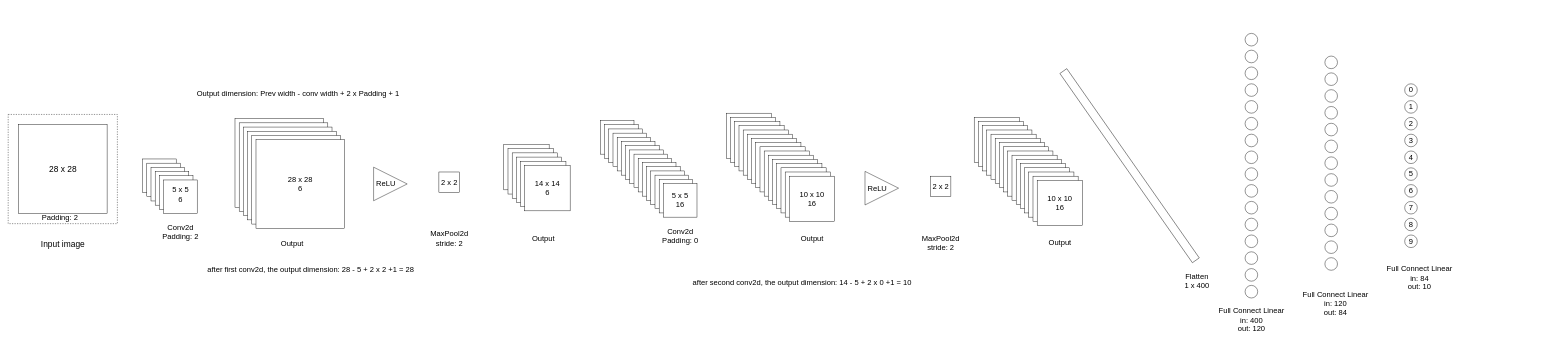
This is codes/opencv_practice/cnn.drawio from sphynxlee/NSCCAI, a draw.io file, before an edit. Source tidied: cells renumbered, new cells numbered last; positions are measured from the earlier drawing's top-left corner, leaving out a move shared by most shapes. Both pictures are drawn from the tidied source at 42%, with x=0, y=0 at pixel (8, 33). Pictures stored in the file or linked from it are replaced by grey dashed boxes.
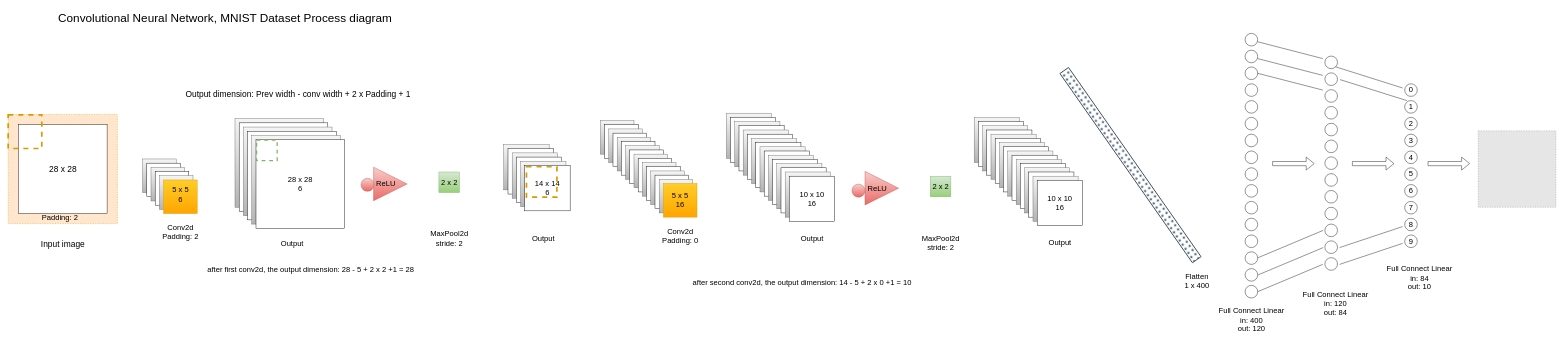
The same diagram, later.

The change refers to these unchanged cells:
```xml
<mxCell id="121" style="ellipse;whiteSpace=wrap;html=1;" parent="1" vertex="1">
  <mxGeometry x="3135" y="54" width="30" height="30" as="geometry" />
</mxCell>
```

Change to the diagram source:
```diff
@@
-    <mxCell id="3" style="whiteSpace=wrap;html=1;" parent="1" vertex="1">
+    <mxCell id="3" style="whiteSpace=wrap;html=1;fillColor=#f5f5f5;gradientColor=#b3b3b3;strokeColor=#666666;" parent="1" vertex="1">
       <mxGeometry x="320" y="299" width="80" height="80" as="geometry" />
     </mxCell>
@@
-    <mxCell id="5" style="whiteSpace=wrap;html=1;" parent="1" vertex="1">
+    <mxCell id="5" style="whiteSpace=wrap;html=1;fillColor=#f5f5f5;gradientColor=#b3b3b3;strokeColor=#666666;" parent="1" vertex="1">
       <mxGeometry x="340" y="319" width="80" height="80" as="geometry" />
     </mxCell>
@@
-    <mxCell id="7" style="whiteSpace=wrap;html=1;" parent="1" vertex="1">
+    <mxCell id="7" style="whiteSpace=wrap;html=1;fillColor=#f5f5f5;gradientColor=#b3b3b3;strokeColor=#666666;" parent="1" vertex="1">
       <mxGeometry x="360" y="339" width="80" height="80" as="geometry" />
     </mxCell>
-    <mxCell id="8" style="whiteSpace=wrap;html=1;" parent="1" vertex="1">
+    <mxCell id="8" style="whiteSpace=wrap;html=1;fillColor=#ffcd28;gradientColor=#ffa500;strokeColor=#d79b00;" parent="1" vertex="1">
       <mxGeometry x="370" y="349" width="80" height="80" as="geometry" />
     </mxCell>
-    <mxCell id="9" style="whiteSpace=wrap;html=1;dashed=1;" parent="1" vertex="1">
+    <mxCell id="9" style="whiteSpace=wrap;html=1;dashed=1;fillColor=#ffe6cc;strokeColor=#d79b00;" parent="1" vertex="1">
       <mxGeometry y="193" width="260" height="260" as="geometry" />
     </mxCell>
@@
-    <mxCell id="14" style="whiteSpace=wrap;html=1;" parent="1" vertex="1">
+    <mxCell id="14" style="whiteSpace=wrap;html=1;fillColor=#f5f5f5;gradientColor=#b3b3b3;strokeColor=#666666;" parent="1" vertex="1">
       <mxGeometry x="540" y="203" width="211" height="211" as="geometry" />
     </mxCell>
@@
-    <mxCell id="16" style="whiteSpace=wrap;html=1;" parent="1" vertex="1">
+    <mxCell id="16" style="whiteSpace=wrap;html=1;fillColor=#f5f5f5;gradientColor=#b3b3b3;strokeColor=#666666;" parent="1" vertex="1">
       <mxGeometry x="560" y="223" width="211" height="211" as="geometry" />
     </mxCell>
@@
-    <mxCell id="18" style="whiteSpace=wrap;html=1;" parent="1" vertex="1">
+    <mxCell id="18" style="whiteSpace=wrap;html=1;fillColor=#f5f5f5;gradientColor=#b3b3b3;strokeColor=#666666;" parent="1" vertex="1">
       <mxGeometry x="580" y="243" width="211" height="211" as="geometry" />
     </mxCell>
@@
-    <mxCell id="21" style="triangle;whiteSpace=wrap;html=1;" parent="1" vertex="1">
+    <mxCell id="21" style="triangle;whiteSpace=wrap;html=1;fillColor=#f8cecc;gradientColor=#ea6b66;strokeColor=#b85450;" parent="1" vertex="1">
       <mxGeometry x="870" y="318.5" width="80" height="80" as="geometry" />
     </mxCell>
@@
-    <mxCell id="23" value="&lt;font style=&quot;font-size: 18px;&quot;&gt;2 x 2&lt;/font&gt;" style="whiteSpace=wrap;html=1;" parent="1" vertex="1">
+    <mxCell id="23" value="&lt;font style=&quot;font-size: 18px;&quot;&gt;2 x 2&lt;/font&gt;" style="whiteSpace=wrap;html=1;fillColor=#d5e8d4;gradientColor=#97d077;strokeColor=#82b366;" parent="1" vertex="1">
       <mxGeometry x="1025.5" y="330" width="49" height="49" as="geometry" />
     </mxCell>
@@
-    <mxCell id="25" style="whiteSpace=wrap;html=1;" parent="1" vertex="1">
+    <mxCell id="25" style="whiteSpace=wrap;html=1;fillColor=#f5f5f5;gradientColor=#b3b3b3;strokeColor=#666666;" parent="1" vertex="1">
       <mxGeometry x="1180" y="264.5" width="108" height="108" as="geometry" />
     </mxCell>
@@
-    <mxCell id="27" style="whiteSpace=wrap;html=1;" parent="1" vertex="1">
+    <mxCell id="27" style="whiteSpace=wrap;html=1;fillColor=#f5f5f5;gradientColor=#b3b3b3;strokeColor=#666666;" parent="1" vertex="1">
       <mxGeometry x="1200" y="284.5" width="108" height="108" as="geometry" />
     </mxCell>
@@
-    <mxCell id="29" style="whiteSpace=wrap;html=1;" parent="1" vertex="1">
+    <mxCell id="29" style="whiteSpace=wrap;html=1;fillColor=#f5f5f5;gradientColor=#b3b3b3;strokeColor=#666666;" parent="1" vertex="1">
       <mxGeometry x="1220" y="304.5" width="108" height="108" as="geometry" />
     </mxCell>
@@
-    <mxCell id="32" style="whiteSpace=wrap;html=1;" parent="1" vertex="1">
+    <mxCell id="32" style="whiteSpace=wrap;html=1;fillColor=#f5f5f5;gradientColor=#b3b3b3;strokeColor=#666666;" parent="1" vertex="1">
       <mxGeometry x="1410" y="207.5" width="80" height="80" as="geometry" />
     </mxCell>
@@
-    <mxCell id="34" style="whiteSpace=wrap;html=1;" parent="1" vertex="1">
+    <mxCell id="34" style="whiteSpace=wrap;html=1;fillColor=#f5f5f5;gradientColor=#b3b3b3;strokeColor=#666666;" parent="1" vertex="1">
       <mxGeometry x="1430" y="227.5" width="80" height="80" as="geometry" />
     </mxCell>
@@
-    <mxCell id="36" style="whiteSpace=wrap;html=1;" parent="1" vertex="1">
+    <mxCell id="36" style="whiteSpace=wrap;html=1;fillColor=#f5f5f5;gradientColor=#b3b3b3;strokeColor=#666666;" parent="1" vertex="1">
       <mxGeometry x="1450" y="247.5" width="80" height="80" as="geometry" />
     </mxCell>
@@
-    <mxCell id="38" style="whiteSpace=wrap;html=1;" parent="1" vertex="1">
+    <mxCell id="38" style="whiteSpace=wrap;html=1;fillColor=#f5f5f5;gradientColor=#b3b3b3;strokeColor=#666666;" parent="1" vertex="1">
       <mxGeometry x="1470" y="267.5" width="80" height="80" as="geometry" />
     </mxCell>
@@
-    <mxCell id="40" style="whiteSpace=wrap;html=1;" parent="1" vertex="1">
+    <mxCell id="40" style="whiteSpace=wrap;html=1;fillColor=#f5f5f5;gradientColor=#b3b3b3;strokeColor=#666666;" parent="1" vertex="1">
       <mxGeometry x="1490" y="287.5" width="80" height="80" as="geometry" />
     </mxCell>
@@
-    <mxCell id="42" style="whiteSpace=wrap;html=1;" parent="1" vertex="1">
+    <mxCell id="42" style="whiteSpace=wrap;html=1;fillColor=#f5f5f5;gradientColor=#b3b3b3;strokeColor=#666666;" parent="1" vertex="1">
       <mxGeometry x="1510" y="307.5" width="80" height="80" as="geometry" />
     </mxCell>
@@
-    <mxCell id="44" style="whiteSpace=wrap;html=1;" parent="1" vertex="1">
+    <mxCell id="44" style="whiteSpace=wrap;html=1;fillColor=#f5f5f5;gradientColor=#b3b3b3;strokeColor=#666666;" parent="1" vertex="1">
       <mxGeometry x="1530" y="327.5" width="80" height="80" as="geometry" />
     </mxCell>
@@
-    <mxCell id="46" style="whiteSpace=wrap;html=1;" parent="1" vertex="1">
+    <mxCell id="46" style="whiteSpace=wrap;html=1;fillColor=#f5f5f5;gradientColor=#b3b3b3;strokeColor=#666666;" parent="1" vertex="1">
       <mxGeometry x="1550" y="347.5" width="80" height="80" as="geometry" />
     </mxCell>
-    <mxCell id="47" value="&lt;font style=&quot;font-size: 18px;&quot;&gt;5 x 5&lt;br&gt;16&lt;/font&gt;" style="whiteSpace=wrap;html=1;" parent="1" vertex="1">
+    <mxCell id="47" value="&lt;font style=&quot;font-size: 18px;&quot;&gt;5 x 5&lt;br&gt;16&lt;/font&gt;" style="whiteSpace=wrap;html=1;fillColor=#ffcd28;gradientColor=#ffa500;strokeColor=#d79b00;" parent="1" vertex="1">
       <mxGeometry x="1560" y="357.5" width="80" height="80" as="geometry" />
     </mxCell>
@@
-    <mxCell id="49" style="whiteSpace=wrap;html=1;" parent="1" vertex="1">
+    <mxCell id="49" style="whiteSpace=wrap;html=1;fillColor=#f5f5f5;gradientColor=#b3b3b3;strokeColor=#666666;" parent="1" vertex="1">
       <mxGeometry x="1710" y="190" width="107.5" height="107.5" as="geometry" />
     </mxCell>
@@
-    <mxCell id="51" style="whiteSpace=wrap;html=1;" parent="1" vertex="1">
+    <mxCell id="51" style="whiteSpace=wrap;html=1;fillColor=#f5f5f5;gradientColor=#b3b3b3;strokeColor=#666666;" parent="1" vertex="1">
       <mxGeometry x="1730" y="210" width="107.5" height="107.5" as="geometry" />
     </mxCell>
@@
-    <mxCell id="53" style="whiteSpace=wrap;html=1;" parent="1" vertex="1">
+    <mxCell id="53" style="whiteSpace=wrap;html=1;fillColor=#f5f5f5;gradientColor=#b3b3b3;strokeColor=#666666;" parent="1" vertex="1">
       <mxGeometry x="1750" y="230" width="107.5" height="107.5" as="geometry" />
     </mxCell>
@@
-    <mxCell id="55" style="whiteSpace=wrap;html=1;" parent="1" vertex="1">
+    <mxCell id="55" style="whiteSpace=wrap;html=1;fillColor=#f5f5f5;gradientColor=#b3b3b3;strokeColor=#666666;" parent="1" vertex="1">
       <mxGeometry x="1770" y="250" width="107.5" height="107.5" as="geometry" />
     </mxCell>
@@
-    <mxCell id="57" style="whiteSpace=wrap;html=1;" parent="1" vertex="1">
+    <mxCell id="57" style="whiteSpace=wrap;html=1;fillColor=#f5f5f5;gradientColor=#b3b3b3;strokeColor=#666666;" parent="1" vertex="1">
       <mxGeometry x="1790" y="270" width="107.5" height="107.5" as="geometry" />
     </mxCell>
@@
-    <mxCell id="59" style="whiteSpace=wrap;html=1;" parent="1" vertex="1">
+    <mxCell id="59" style="whiteSpace=wrap;html=1;fillColor=#f5f5f5;gradientColor=#b3b3b3;strokeColor=#666666;" parent="1" vertex="1">
       <mxGeometry x="1810" y="290" width="107.5" height="107.5" as="geometry" />
     </mxCell>
@@
-    <mxCell id="61" style="whiteSpace=wrap;html=1;" parent="1" vertex="1">
+    <mxCell id="61" style="whiteSpace=wrap;html=1;fillColor=#f5f5f5;gradientColor=#b3b3b3;strokeColor=#666666;" parent="1" vertex="1">
       <mxGeometry x="1830" y="310" width="107.5" height="107.5" as="geometry" />
     </mxCell>
@@
-    <mxCell id="63" style="whiteSpace=wrap;html=1;" parent="1" vertex="1">
+    <mxCell id="63" style="whiteSpace=wrap;html=1;fillColor=#f5f5f5;gradientColor=#b3b3b3;strokeColor=#666666;" parent="1" vertex="1">
       <mxGeometry x="1850" y="330" width="107.5" height="107.5" as="geometry" />
     </mxCell>
@@
-    <mxCell id="66" value="&lt;font style=&quot;font-size: 18px;&quot;&gt;Output dimension: Prev width - conv width + 2 x Padding + 1&lt;/font&gt;" style="text;html=1;align=center;verticalAlign=middle;strokeColor=none;fillColor=none;" parent="1" vertex="1">
-      <mxGeometry x="435" y="123" width="510" height="40" as="geometry" />
+    <mxCell id="66" value="&lt;font style=&quot;font-size: 20px;&quot;&gt;Output dimension: Prev width - conv width + 2 x Padding + 1&lt;/font&gt;" style="text;html=1;align=center;verticalAlign=middle;strokeColor=none;fillColor=none;" parent="1" vertex="1">
+      <mxGeometry x="410" y="123" width="560" height="40" as="geometry" />
     </mxCell>
@@
-    <mxCell id="69" style="triangle;whiteSpace=wrap;html=1;" parent="1" vertex="1">
+    <mxCell id="69" style="triangle;whiteSpace=wrap;html=1;fillColor=#f8cecc;gradientColor=#ea6b66;strokeColor=#b85450;" parent="1" vertex="1">
       <mxGeometry x="2040" y="328.5" width="80" height="80" as="geometry" />
     </mxCell>
@@
-    <mxCell id="71" value="&lt;font style=&quot;font-size: 18px;&quot;&gt;2 x 2&lt;/font&gt;" style="whiteSpace=wrap;html=1;" parent="1" vertex="1">
+    <mxCell id="71" value="&lt;font style=&quot;font-size: 18px;&quot;&gt;2 x 2&lt;/font&gt;" style="whiteSpace=wrap;html=1;fillColor=#d5e8d4;gradientColor=#97d077;strokeColor=#82b366;" parent="1" vertex="1">
       <mxGeometry x="2195.5" y="340" width="49" height="49" as="geometry" />
     </mxCell>
@@
-    <mxCell id="73" style="whiteSpace=wrap;html=1;" parent="1" vertex="1">
+    <mxCell id="73" style="whiteSpace=wrap;html=1;fillColor=#f5f5f5;gradientColor=#b3b3b3;strokeColor=#666666;" parent="1" vertex="1">
       <mxGeometry x="2300" y="200" width="107.5" height="107.5" as="geometry" />
     </mxCell>
@@
-    <mxCell id="75" style="whiteSpace=wrap;html=1;" parent="1" vertex="1">
+    <mxCell id="75" style="whiteSpace=wrap;html=1;fillColor=#f5f5f5;gradientColor=#b3b3b3;strokeColor=#666666;" parent="1" vertex="1">
       <mxGeometry x="2320" y="220" width="107.5" height="107.5" as="geometry" />
     </mxCell>
@@
-    <mxCell id="77" style="whiteSpace=wrap;html=1;" parent="1" vertex="1">
+    <mxCell id="77" style="whiteSpace=wrap;html=1;fillColor=#f5f5f5;gradientColor=#b3b3b3;strokeColor=#666666;" parent="1" vertex="1">
       <mxGeometry x="2340" y="240" width="107.5" height="107.5" as="geometry" />
     </mxCell>
@@
-    <mxCell id="79" style="whiteSpace=wrap;html=1;" parent="1" vertex="1">
+    <mxCell id="79" style="whiteSpace=wrap;html=1;fillColor=#f5f5f5;gradientColor=#b3b3b3;strokeColor=#666666;" parent="1" vertex="1">
       <mxGeometry x="2360" y="260" width="107.5" height="107.5" as="geometry" />
     </mxCell>
@@
-    <mxCell id="81" style="whiteSpace=wrap;html=1;" parent="1" vertex="1">
+    <mxCell id="81" style="whiteSpace=wrap;html=1;fillColor=#f5f5f5;gradientColor=#b3b3b3;strokeColor=#666666;" parent="1" vertex="1">
       <mxGeometry x="2380" y="280" width="107.5" height="107.5" as="geometry" />
     </mxCell>
@@
-    <mxCell id="83" style="whiteSpace=wrap;html=1;" parent="1" vertex="1">
+    <mxCell id="83" style="whiteSpace=wrap;html=1;fillColor=#f5f5f5;gradientColor=#b3b3b3;strokeColor=#666666;" parent="1" vertex="1">
       <mxGeometry x="2400" y="300" width="107.5" height="107.5" as="geometry" />
     </mxCell>
@@
-    <mxCell id="85" style="whiteSpace=wrap;html=1;" parent="1" vertex="1">
+    <mxCell id="85" style="whiteSpace=wrap;html=1;fillColor=#f5f5f5;gradientColor=#b3b3b3;strokeColor=#666666;" parent="1" vertex="1">
       <mxGeometry x="2420" y="320" width="107.5" height="107.5" as="geometry" />
     </mxCell>
@@
-    <mxCell id="87" style="whiteSpace=wrap;html=1;" parent="1" vertex="1">
+    <mxCell id="87" style="whiteSpace=wrap;html=1;fillColor=#f5f5f5;gradientColor=#b3b3b3;strokeColor=#666666;" parent="1" vertex="1">
       <mxGeometry x="2440" y="340" width="107.5" height="107.5" as="geometry" />
     </mxCell>
@@
-    <mxCell id="90" style="rounded=0;whiteSpace=wrap;html=1;direction=south;rotation=55;" parent="1" vertex="1">
-      <mxGeometry x="2395" y="305" width="550" height="20" as="geometry" />
+    <mxCell id="90" style="rounded=0;whiteSpace=wrap;html=1;direction=south;rotation=55;fillStyle=dots;fillColor=#647687;fontColor=#ffffff;strokeColor=#314354;strokeWidth=2;" parent="1" vertex="1">
+      <mxGeometry x="2397.1" y="301.1" width="550" height="25" as="geometry" />
     </mxCell>
@@
+    <mxCell id="134" value="&lt;font style=&quot;font-size: 28px;&quot;&gt;Convolutional Neural Network, MNIST Dataset Process diagram&amp;nbsp;&lt;/font&gt;" style="text;html=1;align=center;verticalAlign=middle;strokeColor=none;fillColor=none;" parent="1" vertex="1">
+      <mxGeometry x="105" y="-62" width="830" height="50" as="geometry" />
+    </mxCell>
+    <mxCell id="135" style="ellipse;whiteSpace=wrap;html=1;fillColor=#f8cecc;gradientColor=#ea6b66;strokeColor=#b85450;" parent="1" vertex="1">
+      <mxGeometry x="840" y="345" width="31" height="31" as="geometry" />
+    </mxCell>
+    <mxCell id="136" style="ellipse;whiteSpace=wrap;html=1;fillColor=#f8cecc;gradientColor=#ea6b66;strokeColor=#b85450;" parent="1" vertex="1">
+      <mxGeometry x="2009" y="359" width="31" height="31" as="geometry" />
+    </mxCell>
+    <mxCell id="137" style="endArrow=none;html=1;rounded=0;" parent="1" edge="1">
+      <mxGeometry relative="1" as="geometry">
+        <mxPoint x="2975" y="20" as="sourcePoint" />
+        <mxPoint x="3130" y="60" as="targetPoint" />
+      </mxGeometry>
+    </mxCell>
+    <mxCell id="138" style="endArrow=none;html=1;rounded=0;" parent="1" edge="1">
+      <mxGeometry relative="1" as="geometry">
+        <mxPoint x="2975" y="60" as="sourcePoint" />
+        <mxPoint x="3130" y="100" as="targetPoint" />
+      </mxGeometry>
+    </mxCell>
+    <mxCell id="139" style="endArrow=none;html=1;rounded=0;" parent="1" edge="1">
+      <mxGeometry relative="1" as="geometry">
+        <mxPoint x="2975" y="615" as="sourcePoint" />
+        <mxPoint x="3130" y="550" as="targetPoint" />
+      </mxGeometry>
+    </mxCell>
+    <mxCell id="140" style="endArrow=none;html=1;rounded=0;" parent="1" edge="1">
+      <mxGeometry relative="1" as="geometry">
+        <mxPoint x="2976" y="575" as="sourcePoint" />
+        <mxPoint x="3131" y="510" as="targetPoint" />
+      </mxGeometry>
+    </mxCell>
+    <mxCell id="141" style="endArrow=none;html=1;rounded=0;" parent="1" edge="1">
+      <mxGeometry relative="1" as="geometry">
+        <mxPoint x="2975" y="95" as="sourcePoint" />
+        <mxPoint x="3130" y="135" as="targetPoint" />
+      </mxGeometry>
+    </mxCell>
+    <mxCell id="142" style="endArrow=none;html=1;rounded=0;" parent="1" edge="1">
+      <mxGeometry relative="1" as="geometry">
+        <mxPoint x="2976" y="534" as="sourcePoint" />
+        <mxPoint x="3131" y="469" as="targetPoint" />
+      </mxGeometry>
+    </mxCell>
+    <mxCell id="143" style="shape=flexArrow;endArrow=classic;html=1;rounded=0;" parent="1" edge="1">
+      <mxGeometry relative="1" as="geometry">
+        <mxPoint x="3010" y="310" as="sourcePoint" />
+        <mxPoint x="3110" y="310" as="targetPoint" />
+      </mxGeometry>
+    </mxCell>
+    <mxCell id="144" style="shape=flexArrow;endArrow=classic;html=1;rounded=0;" parent="1" edge="1">
+      <mxGeometry relative="1" as="geometry">
+        <mxPoint x="3200" y="310" as="sourcePoint" />
+        <mxPoint x="3300" y="310" as="targetPoint" />
+      </mxGeometry>
+    </mxCell>
+    <mxCell id="145" style="endArrow=none;html=1;rounded=0;exitX=1;exitY=1;exitDx=0;exitDy=0;" parent="1" edge="1" source="121">
+      <mxGeometry relative="1" as="geometry">
+        <mxPoint x="3320" y="130" as="targetPoint" />
+      </mxGeometry>
+    </mxCell>
+    <mxCell id="146" style="endArrow=none;html=1;rounded=0;exitX=1;exitY=1;exitDx=0;exitDy=0;" parent="1" edge="1">
+      <mxGeometry relative="1" as="geometry">
+        <mxPoint x="3171" y="110" as="sourcePoint" />
+        <mxPoint x="3330" y="160" as="targetPoint" />
+      </mxGeometry>
+    </mxCell>
+    <mxCell id="147" style="endArrow=none;html=1;rounded=0;" parent="1" edge="1">
+      <mxGeometry relative="1" as="geometry">
+        <mxPoint x="3170" y="550" as="sourcePoint" />
+        <mxPoint x="3320" y="500" as="targetPoint" />
+      </mxGeometry>
+    </mxCell>
+    <mxCell id="148" style="endArrow=none;html=1;rounded=0;" parent="1" edge="1">
+      <mxGeometry relative="1" as="geometry">
+        <mxPoint x="3170" y="510" as="sourcePoint" />
+        <mxPoint x="3320" y="460" as="targetPoint" />
+      </mxGeometry>
+    </mxCell>
+    <mxCell id="149" style="fillColor=#E6E6E6;strokeColor=#999999;dashed=1;verticalLabelPosition=bottom;labelBackgroundColor=default;verticalAlign=top;" parent="1" vertex="1">
+      <mxGeometry x="3500" y="232" width="185" height="182" as="geometry" />
+    </mxCell>
+    <mxCell id="150" style="shape=flexArrow;endArrow=classic;html=1;rounded=0;" parent="1" edge="1">
+      <mxGeometry relative="1" as="geometry">
+        <mxPoint x="3380" y="310" as="sourcePoint" />
+        <mxPoint x="3480" y="310" as="targetPoint" />
+      </mxGeometry>
+    </mxCell>
+    <mxCell id="151" style="whiteSpace=wrap;html=1;dashed=1;fillColor=none;gradientColor=#ffa500;strokeColor=#d79b00;strokeWidth=4;" parent="1" vertex="1">
+      <mxGeometry y="194" width="80" height="80" as="geometry" />
+    </mxCell>
+    <mxCell id="152" style="whiteSpace=wrap;html=1;fillColor=none;gradientColor=#97d077;strokeColor=#82b366;strokeWidth=3;dashed=1;" parent="1" vertex="1">
+      <mxGeometry x="591.5" y="254" width="49" height="49" as="geometry" />
+    </mxCell>
+    <mxCell id="153" style="whiteSpace=wrap;html=1;dashed=1;fillColor=none;gradientColor=#ffa500;strokeColor=#d79b00;strokeWidth=4;" parent="1" vertex="1">
+      <mxGeometry x="1234" y="317.5" width="72.5" height="72.5" as="geometry" />
+    </mxCell>
```
